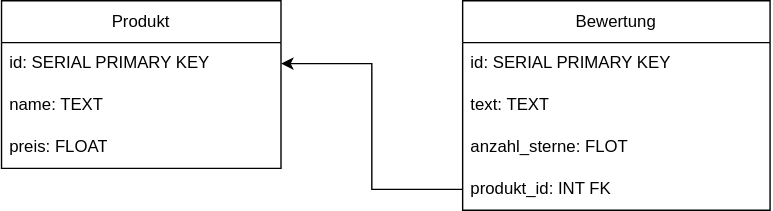
Before: modul/Datenschema/bilder/erd-5.1-LS-bewertungen.drawio.svg, a diagram exported from draw.io (bbz-biel-informatik/290-datenbanken). Source tidied: cells renumbered, new cells last; positions are measured from the earlier drawing's top-left corner, leaving out a move shared by most shapes. Source of this version:
```xml
<mxGraphModel>
  <root>
    <mxCell id="0" />
    <mxCell id="1" parent="0" />
    <mxCell id="2" value="Produkt" style="swimlane;fontStyle=0;horizontal=1;startSize=30;whiteSpace=wrap;html=1;" parent="1" vertex="1">
      <mxGeometry width="200" height="120" as="geometry" />
    </mxCell>
    <mxCell id="3" value="id: SERIAL PRIMARY KEY" style="text;strokeColor=none;fillColor=none;align=left;verticalAlign=middle;spacingLeft=4;spacingRight=4;overflow=hidden;points=[[0,0.5],[1,0.5]];portConstraint=eastwest;whiteSpace=wrap;html=1;" parent="2" vertex="1">
      <mxGeometry y="30" width="200" height="30" as="geometry" />
    </mxCell>
    <mxCell id="4" value="name: TEXT" style="text;strokeColor=none;fillColor=none;align=left;verticalAlign=middle;spacingLeft=4;spacingRight=4;overflow=hidden;whiteSpace=wrap;html=1;" parent="2" vertex="1">
      <mxGeometry y="60" width="200" height="30" as="geometry" />
    </mxCell>
    <mxCell id="5" value="preis: FLOAT" style="text;strokeColor=none;fillColor=none;align=left;verticalAlign=middle;spacingLeft=4;spacingRight=4;overflow=hidden;whiteSpace=wrap;html=1;" parent="2" vertex="1">
      <mxGeometry y="90" width="200" height="30" as="geometry" />
    </mxCell>
    <mxCell id="6" value="Bewertung" style="swimlane;fontStyle=0;horizontal=1;startSize=30;whiteSpace=wrap;html=1;" parent="1" vertex="1">
      <mxGeometry x="330" width="220" height="150" as="geometry" />
    </mxCell>
    <mxCell id="7" value="id: SERIAL PRIMARY KEY" style="text;strokeColor=none;fillColor=none;align=left;verticalAlign=middle;spacingLeft=4;spacingRight=4;overflow=hidden;whiteSpace=wrap;html=1;" parent="6" vertex="1">
      <mxGeometry y="30" width="220" height="30" as="geometry" />
    </mxCell>
    <mxCell id="8" value="text: TEXT" style="text;strokeColor=none;fillColor=none;align=left;verticalAlign=middle;spacingLeft=4;spacingRight=4;overflow=hidden;whiteSpace=wrap;html=1;" parent="6" vertex="1">
      <mxGeometry y="60" width="220" height="30" as="geometry" />
    </mxCell>
    <mxCell id="9" value="anzahl_sterne: FLOT" style="text;strokeColor=none;fillColor=none;align=left;verticalAlign=middle;spacingLeft=4;spacingRight=4;overflow=hidden;whiteSpace=wrap;html=1;" parent="6" vertex="1">
      <mxGeometry y="90" width="220" height="30" as="geometry" />
    </mxCell>
    <mxCell id="10" value="produkt_id: INT FK" style="text;strokeColor=none;fillColor=none;align=left;verticalAlign=middle;spacingLeft=4;spacingRight=4;overflow=hidden;points=[[0,0.5],[1,0.5]];portConstraint=eastwest;whiteSpace=wrap;html=1;" parent="6" vertex="1">
      <mxGeometry y="120" width="220" height="30" as="geometry" />
    </mxCell>
    <mxCell id="11" style="edgeStyle=orthogonalEdgeStyle;rounded=0;jettySize=auto;html=1;entryX=1;entryY=0.5;entryDx=0;entryDy=0;" parent="1" edge="1" source="10" target="3">
      <mxGeometry relative="1" as="geometry" />
    </mxCell>
  </root>
</mxGraphModel>
```
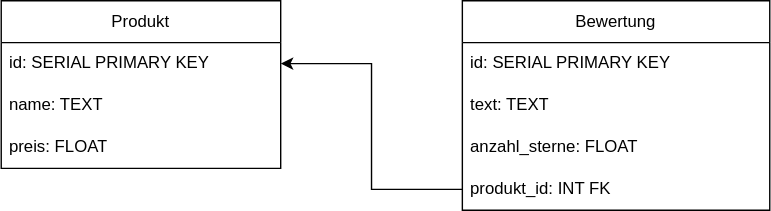
After the change.

Change to the diagram source:
```diff
@@ -23,7 +23,7 @@
     <mxCell id="8" value="text: TEXT" style="text;strokeColor=none;fillColor=none;align=left;verticalAlign=middle;spacingLeft=4;spacingRight=4;overflow=hidden;whiteSpace=wrap;html=1;" parent="6" vertex="1">
       <mxGeometry y="60" width="220" height="30" as="geometry" />
     </mxCell>
-    <mxCell id="9" value="anzahl_sterne: FLOT" style="text;strokeColor=none;fillColor=none;align=left;verticalAlign=middle;spacingLeft=4;spacingRight=4;overflow=hidden;whiteSpace=wrap;html=1;" parent="6" vertex="1">
+    <mxCell id="9" value="anzahl_sterne: FLOAT" style="text;strokeColor=none;fillColor=none;align=left;verticalAlign=middle;spacingLeft=4;spacingRight=4;overflow=hidden;whiteSpace=wrap;html=1;" parent="6" vertex="1">
       <mxGeometry y="90" width="220" height="30" as="geometry" />
     </mxCell>
     <mxCell id="10" value="produkt_id: INT FK" style="text;strokeColor=none;fillColor=none;align=left;verticalAlign=middle;spacingLeft=4;spacingRight=4;overflow=hidden;points=[[0,0.5],[1,0.5]];portConstraint=eastwest;whiteSpace=wrap;html=1;" parent="6" vertex="1">
```
